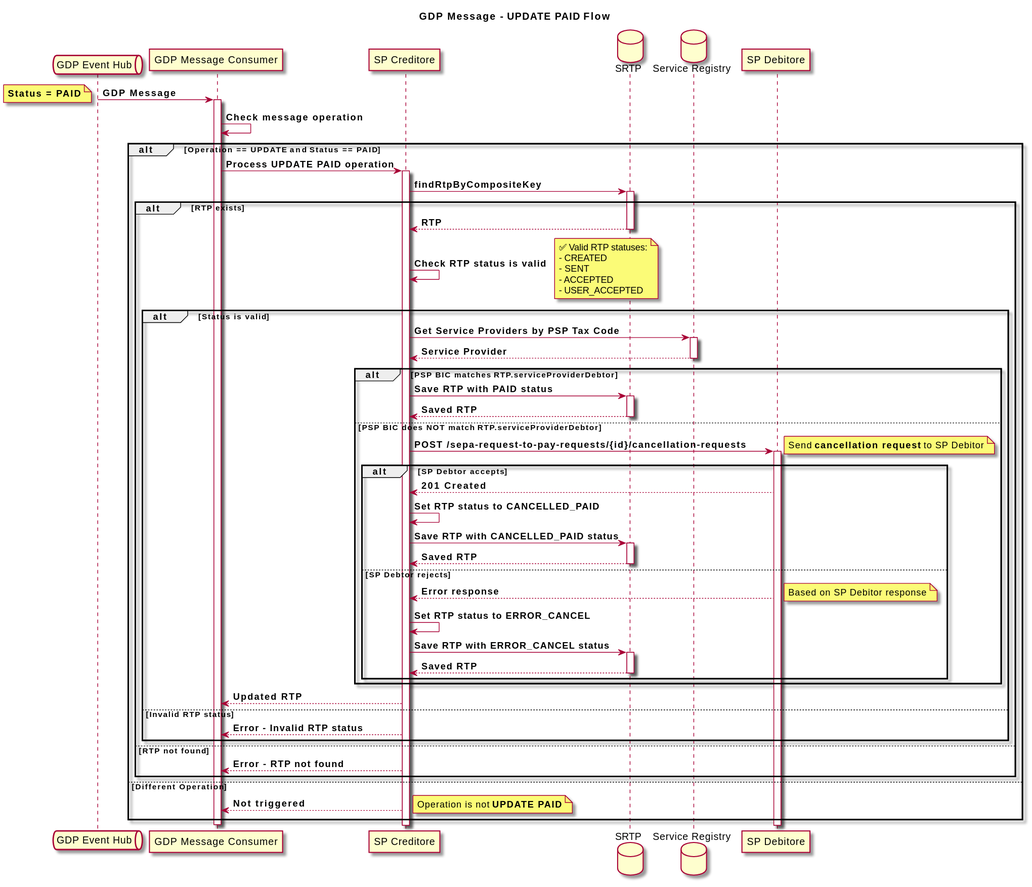
pagopa/rtp-docs keeps this PlantUML diagram as diagrams/update-paid-queue-schema.svg. Above is the earlier version. The source it was exported from:
```plantuml
@startuml
skin rose
title GDP Message - **UPDATE PAID** Flow

queue "GDP Event Hub" as Queue
participant "GDP Message Consumer" as Consumer
participant "SP Creditore" as SPC
database "SRTP" as SRTP
database "Service Registry" as Registry
participant "SP Debitore" as SPD

Queue -> Consumer: **GDP Message**
note left: **Status = PAID**

activate Consumer
Consumer -> Consumer: **Check message operation**
alt **Operation == UPDATE** and **Status == PAID**
  Consumer -> SPC: **Process UPDATE PAID operation**
  activate SPC

  SPC -> SRTP: **findRtpByCompositeKey**
  activate SRTP

  alt **RTP exists**
    SRTP --> SPC: **RTP**
    deactivate SRTP

    SPC -> SPC: **Check RTP status is valid**
    note right
      ✅ Valid RTP statuses:
      - CREATED
      - SENT
      - ACCEPTED
      - USER_ACCEPTED
    end note

    alt **Status is valid**
      SPC -> Registry: **Get Service Providers by PSP Tax Code**
      activate Registry
      Registry --> SPC: **Service Provider**
      deactivate Registry

      alt **PSP BIC matches** RTP.serviceProviderDebtor
        SPC -> SRTP: **Save RTP with PAID status**
        activate SRTP
        SRTP --> SPC: **Saved RTP**
        deactivate SRTP

      else **PSP BIC does NOT match** RTP.serviceProviderDebtor
        SPC -> SPD: **POST /sepa-request-to-pay-requests/{id}/cancellation-requests**
        note right: Send **cancellation request** to SP Debitor
        activate SPD

        alt **SP Debtor accepts**
          SPD --> SPC: **201 Created**

          SPC -> SPC: **Set RTP status to CANCELLED_PAID**

          SPC -> SRTP: **Save RTP with CANCELLED_PAID status**
          activate SRTP
          SRTP --> SPC: **Saved RTP**
          deactivate SRTP

        else **SP Debtor rejects**
          SPD --> SPC: **Error response**
          note right: Based on SP Debitor response

          SPC -> SPC: **Set RTP status to ERROR_CANCEL**

          SPC -> SRTP: **Save RTP with ERROR_CANCEL status**
          activate SRTP
          SRTP --> SPC: **Saved RTP**
          deactivate SRTP
        end
      end

      SPC --> Consumer: **Updated RTP**

    else **Invalid RTP status**
      SPC --> Consumer: **Error - Invalid RTP status**
    end

  else **RTP not found**
    SPC --> Consumer: **Error - RTP not found**
  end

else **Different Operation**
  SPC --> Consumer: **Not triggered**
  note right: Operation is not **UPDATE PAID**
end

deactivate Consumer
@enduml
```
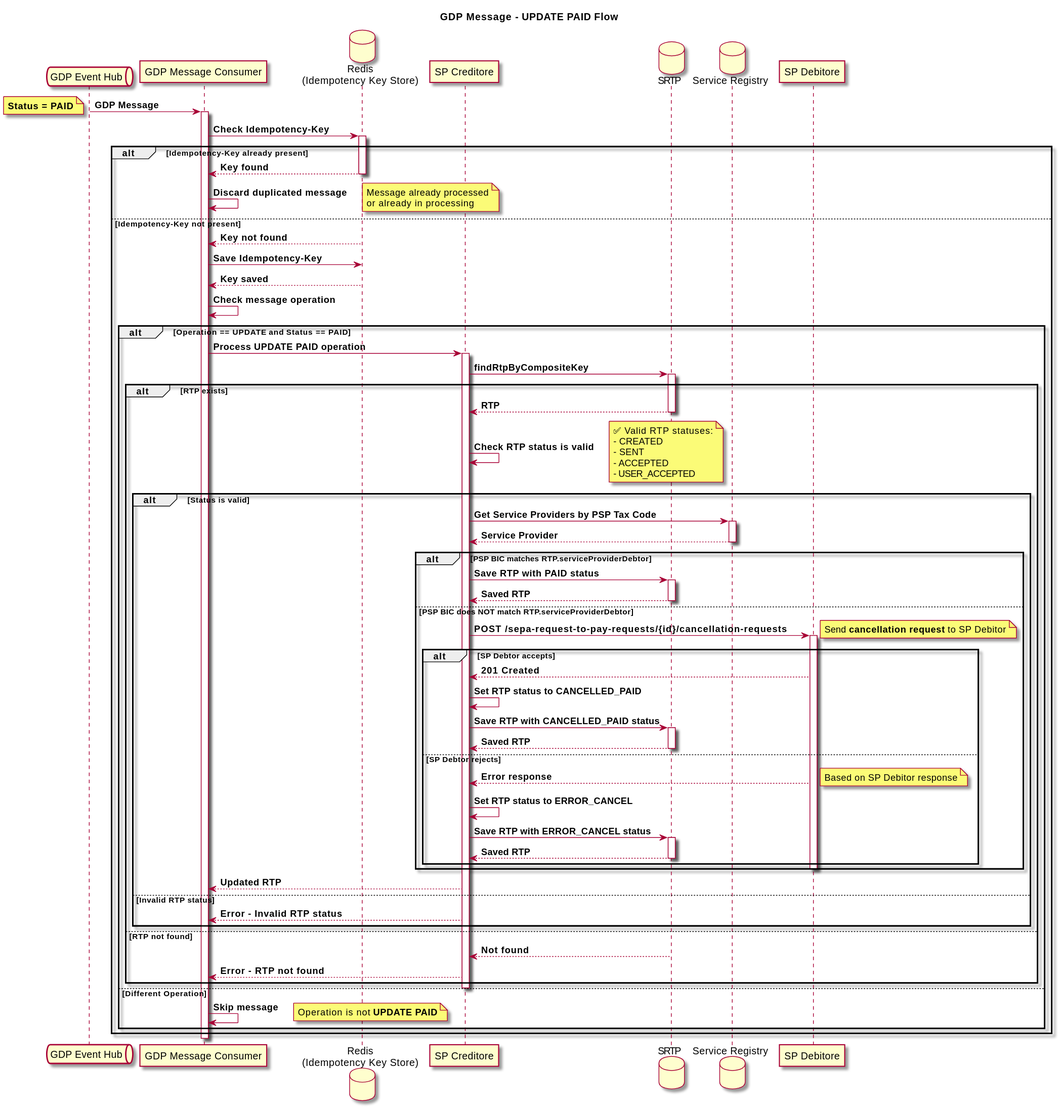
The same file after the commit.

Commit message:
feat: [SRTP-1566] add redis to update paid schema

What changed in the source:
```diff
@@ -4,6 +4,7 @@
 
 queue "GDP Event Hub" as Queue
 participant "GDP Message Consumer" as Consumer
+database "Redis\n(Idempotency Key Store)" as REDIS
 participant "SP Creditore" as SPC
 database "SRTP" as SRTP
 database "Service Registry" as Registry
@@ -13,80 +14,107 @@
 note left: **Status = PAID**
 
 activate Consumer
-Consumer -> Consumer: **Check message operation**
-alt **Operation == UPDATE** and **Status == PAID**
-  Consumer -> SPC: **Process UPDATE PAID operation**
-  activate SPC
 
-  SPC -> SRTP: **findRtpByCompositeKey**
-  activate SRTP
+Consumer -> REDIS: **Check Idempotency-Key**
+activate REDIS
 
-  alt **RTP exists**
-    SRTP --> SPC: **RTP**
-    deactivate SRTP
+alt **Idempotency-Key already present**
+  REDIS --> Consumer: **Key found**
+  deactivate REDIS
 
-    SPC -> SPC: **Check RTP status is valid**
-    note right
-      ✅ Valid RTP statuses:
-      - CREATED
-      - SENT
-      - ACCEPTED
-      - USER_ACCEPTED
-    end note
+  Consumer -> Consumer: **Discard duplicated message**
+  note right
+    Message already processed
+    or already in processing
+  end note
 
-    alt **Status is valid**
-      SPC -> Registry: **Get Service Providers by PSP Tax Code**
-      activate Registry
-      Registry --> SPC: **Service Provider**
-      deactivate Registry
+else **Idempotency-Key not present**
+  REDIS --> Consumer: **Key not found**
+  Consumer -> REDIS: **Save Idempotency-Key**
+  REDIS --> Consumer: **Key saved**
+  deactivate REDIS
 
-      alt **PSP BIC matches** RTP.serviceProviderDebtor
-        SPC -> SRTP: **Save RTP with PAID status**
-        activate SRTP
-        SRTP --> SPC: **Saved RTP**
-        deactivate SRTP
+  Consumer -> Consumer: **Check message operation**
 
-      else **PSP BIC does NOT match** RTP.serviceProviderDebtor
-        SPC -> SPD: **POST /sepa-request-to-pay-requests/{id}/cancellation-requests**
-        note right: Send **cancellation request** to SP Debitor
-        activate SPD
+  alt **Operation == UPDATE** and **Status == PAID**
+    Consumer -> SPC: **Process UPDATE PAID operation**
+    activate SPC
 
-        alt **SP Debtor accepts**
-          SPD --> SPC: **201 Created**
+    SPC -> SRTP: **findRtpByCompositeKey**
+    activate SRTP
 
-          SPC -> SPC: **Set RTP status to CANCELLED_PAID**
+    alt **RTP exists**
+      SRTP --> SPC: **RTP**
+      deactivate SRTP
 
-          SPC -> SRTP: **Save RTP with CANCELLED_PAID status**
+      SPC -> SPC: **Check RTP status is valid**
+      note right
+        ✅ Valid RTP statuses:
+        - CREATED
+        - SENT
+        - ACCEPTED
+        - USER_ACCEPTED
+      end note
+
+      alt **Status is valid**
+        SPC -> Registry: **Get Service Providers by PSP Tax Code**
+        activate Registry
+        Registry --> SPC: **Service Provider**
+        deactivate Registry
+
+        alt **PSP BIC matches** RTP.serviceProviderDebtor
+          SPC -> SRTP: **Save RTP with PAID status**
           activate SRTP
           SRTP --> SPC: **Saved RTP**
           deactivate SRTP
 
-        else **SP Debtor rejects**
-          SPD --> SPC: **Error response**
-          note right: Based on SP Debitor response
+        else **PSP BIC does NOT match** RTP.serviceProviderDebtor
+          SPC -> SPD: **POST /sepa-request-to-pay-requests/{id}/cancellation-requests**
+          note right: Send **cancellation request** to SP Debitor
+          activate SPD
 
-          SPC -> SPC: **Set RTP status to ERROR_CANCEL**
+          alt **SP Debtor accepts**
+            SPD --> SPC: **201 Created**
+            SPC -> SPC: **Set RTP status to CANCELLED_PAID**
 
-          SPC -> SRTP: **Save RTP with ERROR_CANCEL status**
-          activate SRTP
-          SRTP --> SPC: **Saved RTP**
-          deactivate SRTP
+            SPC -> SRTP: **Save RTP with CANCELLED_PAID status**
+            activate SRTP
+            SRTP --> SPC: **Saved RTP**
+            deactivate SRTP
+
+          else **SP Debtor rejects**
+            SPD --> SPC: **Error response**
+            note right: Based on SP Debitor response
+
+            SPC -> SPC: **Set RTP status to ERROR_CANCEL**
+
+            SPC -> SRTP: **Save RTP with ERROR_CANCEL status**
+            activate SRTP
+            SRTP --> SPC: **Saved RTP**
+            deactivate SRTP
+          end
+
+          deactivate SPD
         end
+
+        SPC --> Consumer: **Updated RTP**
+
+      else **Invalid RTP status**
+        SPC --> Consumer: **Error - Invalid RTP status**
       end
 
-      SPC --> Consumer: **Updated RTP**
-
-    else **Invalid RTP status**
-      SPC --> Consumer: **Error - Invalid RTP status**
+    else **RTP not found**
+      SRTP --> SPC: **Not found**
+      deactivate SRTP
+      SPC --> Consumer: **Error - RTP not found**
     end
 
-  else **RTP not found**
-    SPC --> Consumer: **Error - RTP not found**
+    deactivate SPC
+
+  else **Different Operation**
+    Consumer -> Consumer: **Skip message**
+    note right: Operation is not **UPDATE PAID**
   end
-
-else **Different Operation**
-  SPC --> Consumer: **Not triggered**
-  note right: Operation is not **UPDATE PAID**
 end
 
 deactivate Consumer
```
